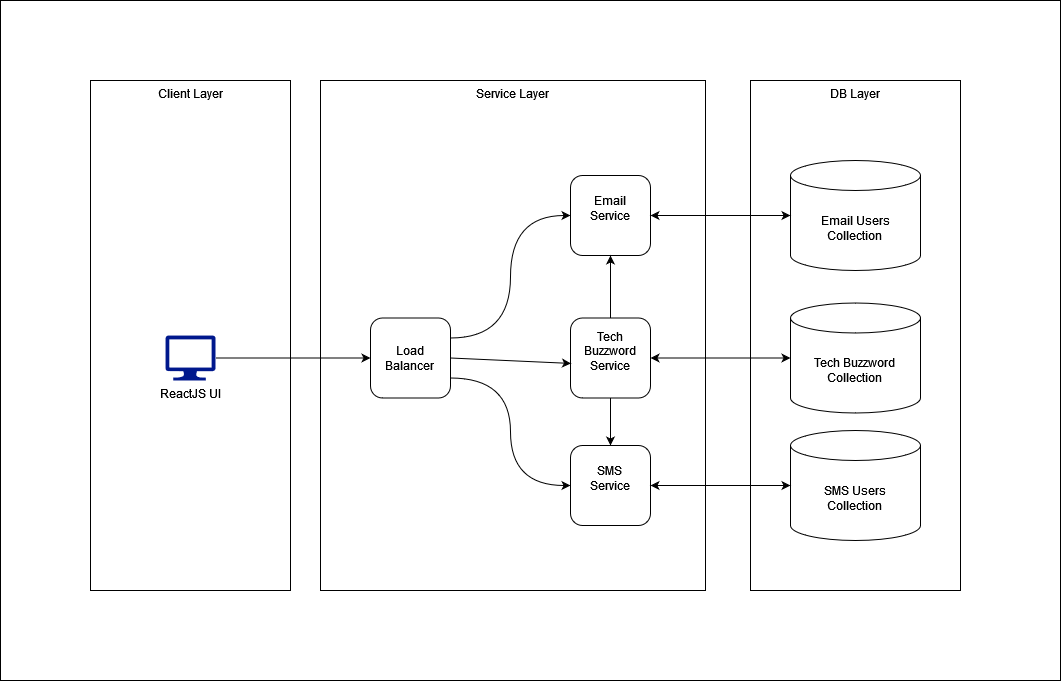
Earlier version of the draw.io export images/Tech-Buzzword-Newsletter-System-Design-Diagram.png (anmedina-dev/Tech-Buzzword-Full-Stack-Web-App). Source tidied: cells renumbered, new cells last; positions are measured from the earlier drawing's top-left corner, leaving out a move shared by most shapes.
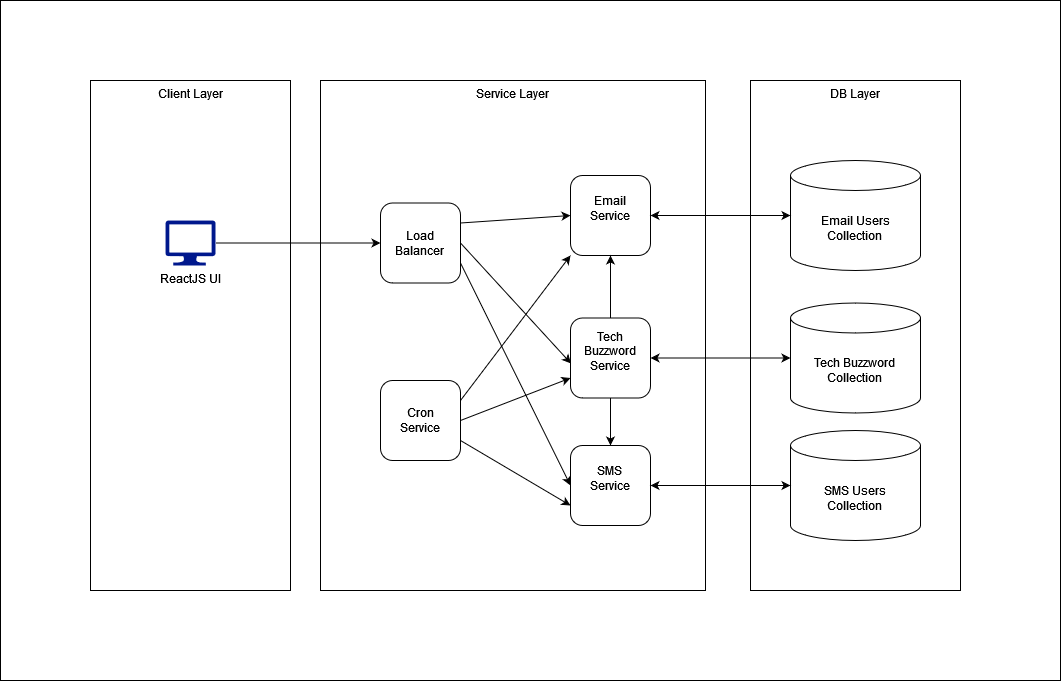
After the commit.

The edit, as a diff of the source:
```diff
@@ -15,7 +15,7 @@
       <mxGeometry x="750" y="80" width="210" height="510" as="geometry" />
     </mxCell>
     <mxCell id="6" value="ReactJS UI" style="sketch=0;shadow=0;dashed=0;html=1;strokeColor=none;labelPosition=center;verticalLabelPosition=bottom;verticalAlign=top;align=center;fillColor=#00188D;shape=mxgraph.azure.computer;" parent="1" vertex="1">
-      <mxGeometry x="165" y="335" width="50" height="45" as="geometry" />
+      <mxGeometry x="165" y="220" width="50" height="45" as="geometry" />
     </mxCell>
     <mxCell id="7" value="&lt;div&gt;Email Users&lt;/div&gt;&lt;div&gt;Collection&lt;br&gt;&lt;/div&gt;" style="shape=cylinder3;whiteSpace=wrap;html=1;boundedLbl=1;backgroundOutline=1;size=15;" parent="1" vertex="1">
       <mxGeometry x="790" y="160" width="130" height="110" as="geometry" />
@@ -26,10 +26,10 @@
     <mxCell id="9" value="&lt;div&gt;SMS Users&lt;br&gt;&lt;/div&gt;&lt;div&gt;Collection&lt;br&gt;&lt;/div&gt;" style="shape=cylinder3;whiteSpace=wrap;html=1;boundedLbl=1;backgroundOutline=1;size=15;" parent="1" vertex="1">
       <mxGeometry x="790" y="430" width="130" height="110" as="geometry" />
     </mxCell>
-    <mxCell id="10" style="rounded=0;jettySize=auto;html=1;exitX=1;exitY=0.25;exitDx=0;exitDy=0;entryX=0;entryY=0.5;entryDx=0;entryDy=0;horizontal=1;edgeStyle=orthogonalEdgeStyle;curved=1;" parent="1" edge="1" source="22" target="13">
+    <mxCell id="10" style="rounded=0;jettySize=auto;html=1;exitX=1;exitY=0.25;exitDx=0;exitDy=0;entryX=0;entryY=0.5;entryDx=0;entryDy=0;horizontal=1;" parent="1" edge="1" source="22" target="13">
       <mxGeometry relative="1" as="geometry" />
     </mxCell>
-    <mxCell id="11" style="rounded=0;jettySize=auto;html=1;exitX=1;exitY=0.75;exitDx=0;exitDy=0;entryX=0;entryY=0.5;entryDx=0;entryDy=0;horizontal=1;edgeStyle=orthogonalEdgeStyle;curved=1;" parent="1" edge="1" source="22" target="17">
+    <mxCell id="11" style="rounded=0;jettySize=auto;html=1;exitX=1;exitY=0.75;exitDx=0;exitDy=0;entryX=0;entryY=0.5;entryDx=0;entryDy=0;horizontal=1;" parent="1" edge="1" source="22" target="17">
       <mxGeometry relative="1" as="geometry" />
     </mxCell>
     <mxCell id="12" style="endArrow=classic;html=1;rounded=0;exitX=1;exitY=0.5;exitDx=0;exitDy=0;exitPerimeter=0;entryX=0;entryY=0.5;entryDx=0;entryDy=0;" parent="1" edge="1" source="6" target="22">
@@ -63,7 +63,19 @@
       <mxGeometry relative="1" as="geometry" />
     </mxCell>
     <mxCell id="22" value="&lt;div&gt;Load&lt;/div&gt;&lt;div&gt;Balancer&lt;br&gt;&lt;/div&gt;" style="whiteSpace=wrap;html=1;rounded=1;" parent="1" vertex="1">
-      <mxGeometry x="370" y="317.5" width="80" height="80" as="geometry" />
+      <mxGeometry x="380" y="202.5" width="80" height="80" as="geometry" />
     </mxCell>
+    <mxCell id="23" value="&lt;div&gt;Cron&lt;/div&gt;&lt;div&gt;Service&lt;/div&gt;" style="whiteSpace=wrap;html=1;rounded=1;" parent="1" vertex="1">
+      <mxGeometry x="380" y="380" width="80" height="80" as="geometry" />
+    </mxCell>
+    <mxCell id="24" style="endArrow=classic;html=1;rounded=0;exitX=1;exitY=0.25;exitDx=0;exitDy=0;entryX=0;entryY=1;entryDx=0;entryDy=0;" parent="1" edge="1" source="23" target="13">
+      <mxGeometry relative="1" as="geometry" />
+    </mxCell>
+    <mxCell id="25" style="endArrow=classic;html=1;rounded=0;exitX=1;exitY=0.5;exitDx=0;exitDy=0;entryX=0;entryY=0.75;entryDx=0;entryDy=0;" parent="1" edge="1" source="23" target="16">
+      <mxGeometry relative="1" as="geometry" />
+    </mxCell>
+    <mxCell id="26" style="endArrow=classic;html=1;rounded=0;exitX=1;exitY=0.75;exitDx=0;exitDy=0;entryX=0;entryY=0.75;entryDx=0;entryDy=0;" parent="1" edge="1" source="23" target="17">
+      <mxGeometry relative="1" as="geometry" />
+    </mxCell>
   </root>
 </mxGraphModel>
```
